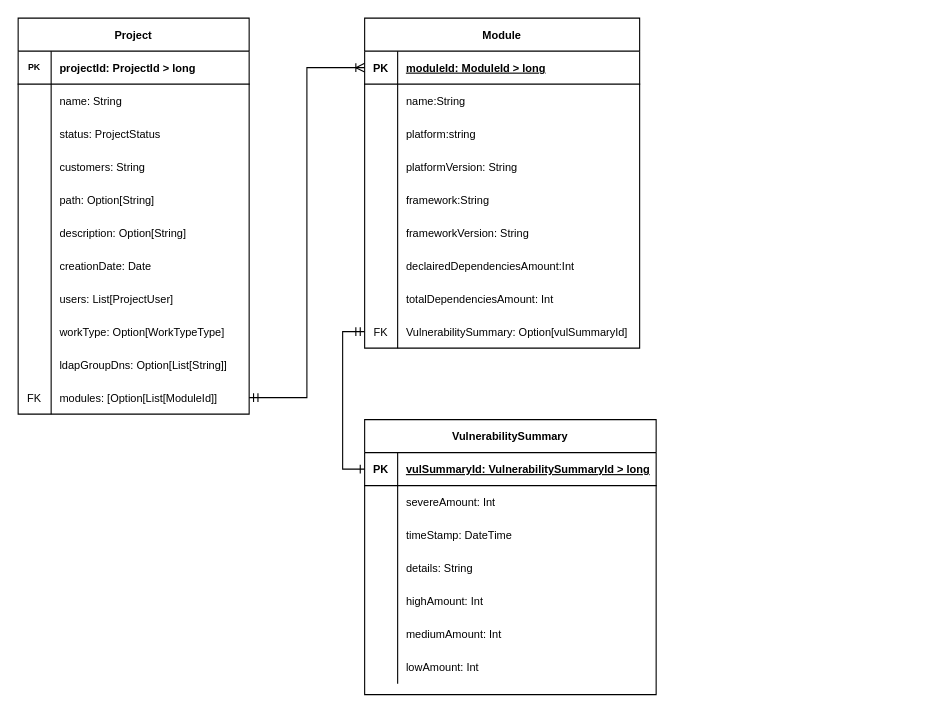
codefink2020/AfstudeerVerslagFINAL keeps this draw.io diagram as page "PortalDM" (5 of 13) of gfx/SOUPAPI.drawio. Above is the earlier version. Source tidied: cells renumbered, new cells numbered last; positions are measured from the earlier drawing's top-left corner, leaving out a move shared by most shapes. Both pictures are drawn from the tidied source at 110%, with x=0, y=0 at pixel (18, 18).
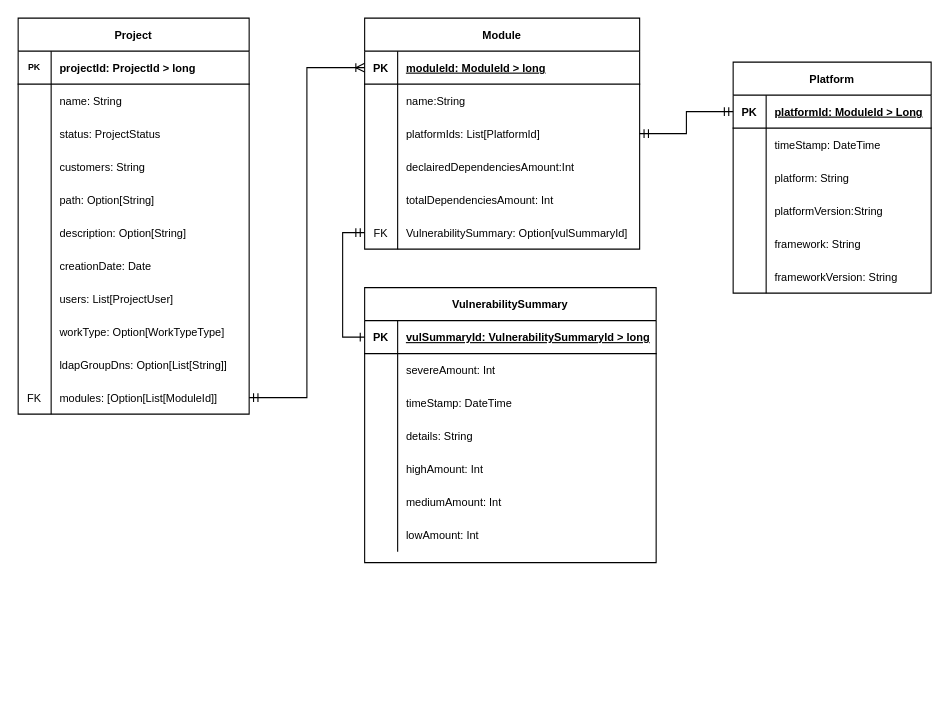
After the change.

The edit, as a diff of the source:
```diff
@@
     <mxCell id="36" value="Module" style="shape=table;startSize=30;childLayout=tableLayout;rowLines=0;fontStyle=1;align=center;rounded=0;labelBackgroundColor=default;fontSize=10;strokeColor=default;" parent="1" vertex="1">
-      <mxGeometry x="315" width="250" height="300" as="geometry" />
+      <mxGeometry x="315" width="250" height="210" as="geometry" />
     </mxCell>
@@
-    <mxCell id="43" style="shape=tableRow;horizontal=0;startSize=0;swimlaneHead=0;swimlaneBody=0;fillColor=none;top=0;left=0;right=0;bottom=0;rounded=0;labelBackgroundColor=default;fontSize=10;strokeColor=default;" parent="36" vertex="1">
-      <mxGeometry y="90" width="250" height="30" as="geometry" />
-    </mxCell>
-    <mxCell id="44" style="shape=partialRectangle;fillColor=none;top=0;left=0;bottom=0;right=0;overflow=hidden;rounded=0;labelBackgroundColor=default;fontSize=10;strokeColor=default;" parent="43" vertex="1">
-      <mxGeometry width="30" height="30" as="geometry" />
-    </mxCell>
-    <mxCell id="45" value="platform:string" style="shape=partialRectangle;fillColor=none;top=0;left=0;bottom=0;right=0;align=left;spacingLeft=6;overflow=hidden;rounded=0;labelBackgroundColor=default;fontSize=10;strokeColor=default;" parent="43" vertex="1">
-      <mxGeometry x="30" width="220" height="30" as="geometry" />
-    </mxCell>
-    <mxCell id="46" style="shape=tableRow;horizontal=0;startSize=0;swimlaneHead=0;swimlaneBody=0;fillColor=none;top=0;left=0;right=0;bottom=0;rounded=0;labelBackgroundColor=default;fontSize=10;strokeColor=default;" parent="36" vertex="1">
-      <mxGeometry y="120" width="250" height="30" as="geometry" />
-    </mxCell>
-    <mxCell id="47" style="shape=partialRectangle;fillColor=none;top=0;left=0;bottom=0;right=0;overflow=hidden;rounded=0;labelBackgroundColor=default;fontSize=10;strokeColor=default;" parent="46" vertex="1">
-      <mxGeometry width="30" height="30" as="geometry" />
-    </mxCell>
-    <mxCell id="48" value="platformVersion: String" style="shape=partialRectangle;fillColor=none;top=0;left=0;bottom=0;right=0;align=left;spacingLeft=6;overflow=hidden;rounded=0;labelBackgroundColor=default;fontSize=10;strokeColor=default;" parent="46" vertex="1">
-      <mxGeometry x="30" width="220" height="30" as="geometry" />
-    </mxCell>
-    <mxCell id="49" style="shape=tableRow;horizontal=0;startSize=0;swimlaneHead=0;swimlaneBody=0;fillColor=none;top=0;left=0;right=0;bottom=0;rounded=0;labelBackgroundColor=default;fontSize=10;strokeColor=default;" parent="36" vertex="1">
-      <mxGeometry y="150" width="250" height="30" as="geometry" />
-    </mxCell>
-    <mxCell id="50" style="shape=partialRectangle;fillColor=none;top=0;left=0;bottom=0;right=0;overflow=hidden;rounded=0;labelBackgroundColor=default;fontSize=10;strokeColor=default;" parent="49" vertex="1">
-      <mxGeometry width="30" height="30" as="geometry" />
-    </mxCell>
-    <mxCell id="51" value="framework:String" style="shape=partialRectangle;fillColor=none;top=0;left=0;bottom=0;right=0;align=left;spacingLeft=6;overflow=hidden;rounded=0;labelBackgroundColor=default;fontSize=10;strokeColor=default;" parent="49" vertex="1">
-      <mxGeometry x="30" width="220" height="30" as="geometry" />
-    </mxCell>
     <mxCell id="52" style="shape=tableRow;horizontal=0;startSize=0;swimlaneHead=0;swimlaneBody=0;fillColor=none;points=[[0,0.5],[1,0.5]];portConstraint=eastwest;top=0;left=0;right=0;bottom=0;rounded=0;labelBackgroundColor=default;fontSize=10;strokeColor=default;" parent="36" vertex="1">
-      <mxGeometry y="180" width="250" height="30" as="geometry" />
+      <mxGeometry y="90" width="250" height="30" as="geometry" />
     </mxCell>
@@
-    <mxCell id="54" value="frameworkVersion: String" style="shape=partialRectangle;fillColor=none;top=0;left=0;bottom=0;right=0;align=left;spacingLeft=6;overflow=hidden;rounded=0;labelBackgroundColor=default;fontSize=10;strokeColor=default;" parent="52" vertex="1">
+    <mxCell id="54" value="platformIds: List[PlatformId]" style="shape=partialRectangle;fillColor=none;top=0;left=0;bottom=0;right=0;align=left;spacingLeft=6;overflow=hidden;rounded=0;labelBackgroundColor=default;fontSize=10;strokeColor=default;" parent="52" vertex="1">
       <mxGeometry x="30" width="220" height="30" as="geometry" />
     </mxCell>
     <mxCell id="55" style="shape=tableRow;horizontal=0;startSize=0;swimlaneHead=0;swimlaneBody=0;fillColor=none;top=0;left=0;right=0;bottom=0;rounded=0;labelBackgroundColor=default;fontSize=10;strokeColor=default;" parent="36" vertex="1">
-      <mxGeometry y="210" width="250" height="30" as="geometry" />
+      <mxGeometry y="120" width="250" height="30" as="geometry" />
     </mxCell>
@@
     <mxCell id="58" style="shape=tableRow;horizontal=0;startSize=0;swimlaneHead=0;swimlaneBody=0;fillColor=none;top=0;left=0;right=0;bottom=0;rounded=0;labelBackgroundColor=default;fontSize=10;strokeColor=default;" parent="36" vertex="1">
-      <mxGeometry y="240" width="250" height="30" as="geometry" />
+      <mxGeometry y="150" width="250" height="30" as="geometry" />
     </mxCell>
@@
     <mxCell id="61" style="shape=tableRow;horizontal=0;startSize=0;swimlaneHead=0;swimlaneBody=0;fillColor=none;points=[[0,0.5],[1,0.5]];portConstraint=eastwest;top=0;left=0;right=0;bottom=0;rounded=0;labelBackgroundColor=default;fontSize=10;strokeColor=default;" parent="36" vertex="1">
-      <mxGeometry y="270" width="250" height="30" as="geometry" />
+      <mxGeometry y="180" width="250" height="30" as="geometry" />
     </mxCell>
@@
     <mxCell id="65" value="VulnerabilitySummary" style="shape=table;startSize=30;childLayout=tableLayout;rowLines=0;fontStyle=1;align=center;rounded=0;labelBackgroundColor=default;fontSize=10;strokeColor=default;" parent="1" vertex="1">
-      <mxGeometry x="315" y="365" width="265" height="250" as="geometry" />
+      <mxGeometry x="315" y="245" width="265" height="250" as="geometry" />
     </mxCell>
@@
+    <mxCell id="88" value="Platform" style="shape=table;startSize=30;childLayout=tableLayout;rowLines=0;fontStyle=1;align=center;fontSize=10;" parent="1" vertex="1">
+      <mxGeometry x="650" y="40" width="180" height="210" as="geometry" />
+    </mxCell>
+    <mxCell id="89" style="shape=tableRow;horizontal=0;startSize=0;swimlaneHead=0;swimlaneBody=0;fillColor=none;points=[[0,0.5],[1,0.5]];portConstraint=eastwest;top=0;left=0;right=0;bottom=1;fontSize=10;" parent="88" vertex="1">
+      <mxGeometry y="30" width="180" height="30" as="geometry" />
+    </mxCell>
+    <mxCell id="90" value="PK" style="shape=partialRectangle;fillColor=none;top=0;left=0;bottom=0;right=0;fontStyle=1;overflow=hidden;fontSize=10;" parent="89" vertex="1">
+      <mxGeometry width="30" height="30" as="geometry" />
+    </mxCell>
+    <mxCell id="91" value="platformId: ModuleId &gt; Long" style="shape=partialRectangle;fillColor=none;top=0;left=0;bottom=0;right=0;align=left;spacingLeft=6;fontStyle=5;overflow=hidden;fontSize=10;" parent="89" vertex="1">
+      <mxGeometry x="30" width="150" height="30" as="geometry" />
+    </mxCell>
+    <mxCell id="92" style="shape=tableRow;horizontal=0;startSize=0;swimlaneHead=0;swimlaneBody=0;fillColor=none;top=0;left=0;right=0;bottom=0;fontSize=10;" parent="88" vertex="1">
+      <mxGeometry y="60" width="180" height="30" as="geometry" />
+    </mxCell>
+    <mxCell id="93" style="shape=partialRectangle;fillColor=none;top=0;left=0;bottom=0;right=0;overflow=hidden;fontSize=10;" parent="92" vertex="1">
+      <mxGeometry width="30" height="30" as="geometry" />
+    </mxCell>
+    <mxCell id="94" value="timeStamp: DateTime" style="shape=partialRectangle;fillColor=none;top=0;left=0;bottom=0;right=0;align=left;spacingLeft=6;overflow=hidden;fontSize=10;" parent="92" vertex="1">
+      <mxGeometry x="30" width="150" height="30" as="geometry" />
+    </mxCell>
+    <mxCell id="95" style="shape=tableRow;horizontal=0;startSize=0;swimlaneHead=0;swimlaneBody=0;fillColor=none;top=0;left=0;right=0;bottom=0;fontSize=10;" parent="88" vertex="1">
+      <mxGeometry y="90" width="180" height="30" as="geometry" />
+    </mxCell>
+    <mxCell id="96" style="shape=partialRectangle;fillColor=none;top=0;left=0;bottom=0;right=0;overflow=hidden;fontSize=10;" parent="95" vertex="1">
+      <mxGeometry width="30" height="30" as="geometry" />
+    </mxCell>
+    <mxCell id="97" value="platform: String" style="shape=partialRectangle;fillColor=none;top=0;left=0;bottom=0;right=0;align=left;spacingLeft=6;overflow=hidden;fontSize=10;" parent="95" vertex="1">
+      <mxGeometry x="30" width="150" height="30" as="geometry" />
+    </mxCell>
+    <mxCell id="98" style="shape=tableRow;horizontal=0;startSize=0;swimlaneHead=0;swimlaneBody=0;fillColor=none;top=0;left=0;right=0;bottom=0;fontSize=10;" parent="88" vertex="1">
+      <mxGeometry y="120" width="180" height="30" as="geometry" />
+    </mxCell>
+    <mxCell id="99" style="shape=partialRectangle;fillColor=none;top=0;left=0;bottom=0;right=0;overflow=hidden;fontSize=10;" parent="98" vertex="1">
+      <mxGeometry width="30" height="30" as="geometry" />
+    </mxCell>
+    <mxCell id="100" value="platformVersion:String" style="shape=partialRectangle;fillColor=none;top=0;left=0;bottom=0;right=0;align=left;spacingLeft=6;overflow=hidden;fontSize=10;" parent="98" vertex="1">
+      <mxGeometry x="30" width="150" height="30" as="geometry" />
+    </mxCell>
+    <mxCell id="101" style="shape=tableRow;horizontal=0;startSize=0;swimlaneHead=0;swimlaneBody=0;fillColor=none;top=0;left=0;right=0;bottom=0;fontSize=10;" parent="88" vertex="1">
+      <mxGeometry y="150" width="180" height="30" as="geometry" />
+    </mxCell>
+    <mxCell id="102" style="shape=partialRectangle;fillColor=none;top=0;left=0;bottom=0;right=0;overflow=hidden;fontSize=10;" parent="101" vertex="1">
+      <mxGeometry width="30" height="30" as="geometry" />
+    </mxCell>
+    <mxCell id="103" value="framework: String" style="shape=partialRectangle;fillColor=none;top=0;left=0;bottom=0;right=0;align=left;spacingLeft=6;overflow=hidden;fontSize=10;" parent="101" vertex="1">
+      <mxGeometry x="30" width="150" height="30" as="geometry" />
+    </mxCell>
+    <mxCell id="104" style="shape=tableRow;horizontal=0;startSize=0;swimlaneHead=0;swimlaneBody=0;fillColor=none;top=0;left=0;right=0;bottom=0;fontSize=10;" parent="88" vertex="1">
+      <mxGeometry y="180" width="180" height="30" as="geometry" />
+    </mxCell>
+    <mxCell id="105" style="shape=partialRectangle;fillColor=none;top=0;left=0;bottom=0;right=0;overflow=hidden;fontSize=10;" parent="104" vertex="1">
+      <mxGeometry width="30" height="30" as="geometry" />
+    </mxCell>
+    <mxCell id="106" value="frameworkVersion: String" style="shape=partialRectangle;fillColor=none;top=0;left=0;bottom=0;right=0;align=left;spacingLeft=6;overflow=hidden;fontSize=10;" parent="104" vertex="1">
+      <mxGeometry x="30" width="150" height="30" as="geometry" />
+    </mxCell>
+    <mxCell id="107" style="edgeStyle=orthogonalEdgeStyle;rounded=0;jettySize=auto;html=1;exitX=1;exitY=0.5;exitDx=0;exitDy=0;entryX=0;entryY=0.5;entryDx=0;entryDy=0;fontSize=10;startArrow=ERmandOne;startFill=0;endArrow=ERmandOne;endFill=0;" parent="1" edge="1" source="52" target="89">
+      <mxGeometry relative="1" as="geometry" />
+    </mxCell>
```
